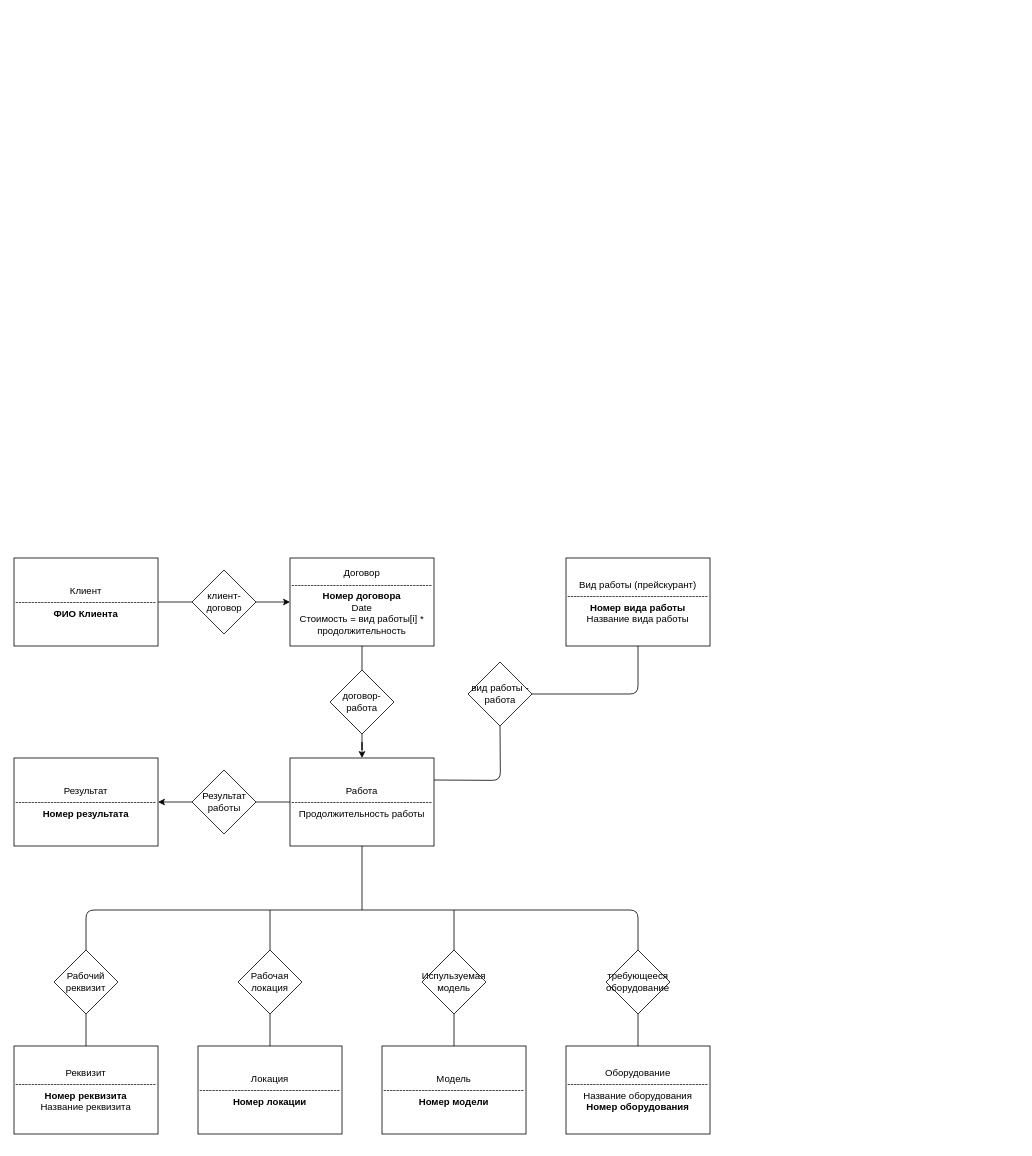
This is Photographer.drawio from ectuser/Photographer-Database, a draw.io file, before an edit. Source tidied: cells renumbered, new cells numbered last; positions are measured from the earlier drawing's top-left corner, leaving out a move shared by most shapes. Both pictures are drawn from the tidied source at 80%, with x=0, y=0 at pixel (14, 558).
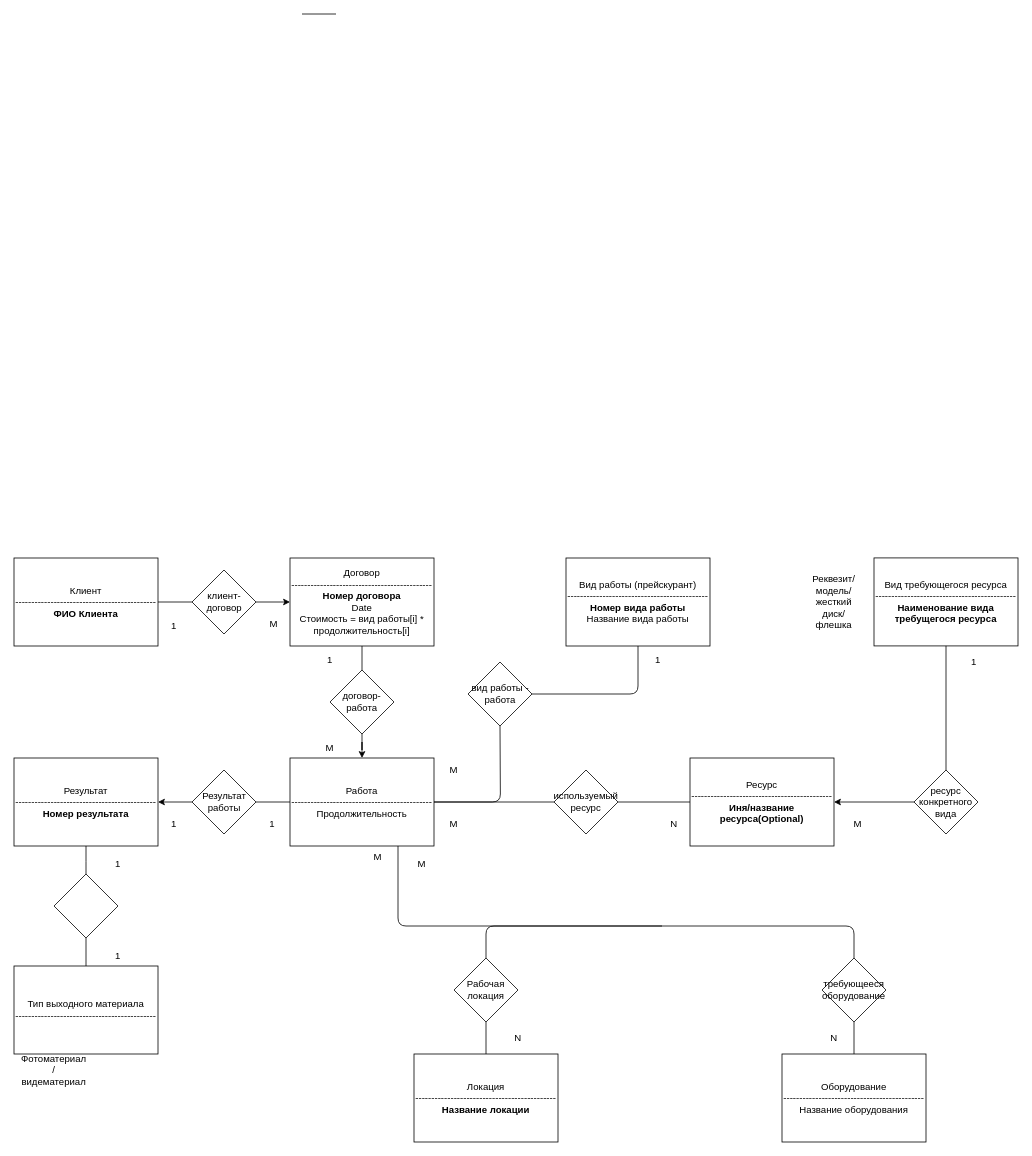
The same diagram, later.

The change refers to these unchanged cells:
```xml
<mxCell id="2" value="Клиент&lt;br&gt;--------------------------------------------&lt;br&gt;&lt;b&gt;ФИО Клиента&lt;/b&gt;" style="rounded=0;whiteSpace=wrap;html=1;" parent="1" vertex="1">
  <mxGeometry width="180" height="110" as="geometry" />
</mxCell>
<mxCell id="9" value="клиент-договор" style="rhombus;whiteSpace=wrap;html=1;" parent="1" vertex="1">
  <mxGeometry x="222.5" y="15" width="80" height="80" as="geometry" />
</mxCell>
<mxCell id="12" value="вид работы - работа" style="rhombus;whiteSpace=wrap;html=1;" parent="1" vertex="1">
  <mxGeometry x="567.5" y="130" width="80" height="80" as="geometry" />
</mxCell>
<mxCell id="31" value="Результат&lt;br&gt;--------------------------------------------&lt;br&gt;&lt;b&gt;Номер результата&lt;/b&gt;" style="rounded=0;whiteSpace=wrap;html=1;" parent="1" vertex="1">
  <mxGeometry y="250" width="180" height="110" as="geometry" />
</mxCell>
```

The edit, as a diff of the source:
```diff
@@
-    <mxCell id="3" value="Модель&lt;br&gt;--------------------------------------------&lt;br&gt;&lt;b&gt;Номер модели&lt;/b&gt;" style="rounded=0;whiteSpace=wrap;html=1;" parent="1" vertex="1">
-      <mxGeometry x="460" y="610" width="180" height="110" as="geometry" />
-    </mxCell>
-    <mxCell id="4" value="Локация&lt;br&gt;--------------------------------------------&lt;br&gt;&lt;b&gt;Номер локации&lt;/b&gt;" style="rounded=0;whiteSpace=wrap;html=1;" parent="1" vertex="1">
-      <mxGeometry x="230" y="610" width="180" height="110" as="geometry" />
+    <mxCell id="4" value="Локация&lt;br&gt;--------------------------------------------&lt;br&gt;&lt;b&gt;Название локации&lt;/b&gt;" style="rounded=0;whiteSpace=wrap;html=1;" parent="1" vertex="1">
+      <mxGeometry x="500" y="620" width="180" height="110" as="geometry" />
     </mxCell>
-    <mxCell id="5" value="Реквизит&lt;br&gt;--------------------------------------------&lt;br&gt;&lt;b&gt;Номер реквизита&lt;/b&gt;&lt;br&gt;Название реквизита" style="rounded=0;whiteSpace=wrap;html=1;" parent="1" vertex="1">
-      <mxGeometry y="610" width="180" height="110" as="geometry" />
-    </mxCell>
@@
-    <mxCell id="7" value="Договор&lt;br&gt;--------------------------------------------&lt;br&gt;&lt;b&gt;Номер договора&lt;br&gt;&lt;/b&gt;Date&lt;br&gt;Стоимость = вид работы[i] * продолжительность" style="rounded=0;whiteSpace=wrap;html=1;" parent="1" vertex="1">
+    <mxCell id="7" value="Договор&lt;br&gt;--------------------------------------------&lt;br&gt;&lt;b&gt;Номер договора&lt;br&gt;&lt;/b&gt;Date&lt;br&gt;Стоимость = вид работы[i] * продолжительность[i]" style="rounded=0;whiteSpace=wrap;html=1;" parent="1" vertex="1">
       <mxGeometry x="345" width="180" height="110" as="geometry" />
     </mxCell>
@@
-    <mxCell id="10" style="endArrow=none;html=1;exitX=0;exitY=0.5;exitDx=0;exitDy=0;entryX=1;entryY=0.5;entryDx=0;entryDy=0;" parent="1" edge="1" source="9" target="2">
-      <mxGeometry relative="1" as="geometry" />
+    <mxCell id="10" style="endArrow=none;html=1;exitX=0;exitY=0.5;exitDx=0;exitDy=0;entryX=1;entryY=0.5;entryDx=0;entryDy=0;" parent="1" edge="1">
+      <mxGeometry relative="1" as="geometry">
+        <mxPoint x="402.5" y="-680" as="sourcePoint" />
+        <mxPoint x="360" y="-680" as="targetPoint" />
+      </mxGeometry>
     </mxCell>
-    <mxCell id="11" value="Работа&lt;br&gt;--------------------------------------------&lt;br&gt;Продолжительность работы" style="rounded=0;whiteSpace=wrap;html=1;" parent="1" vertex="1">
+    <mxCell id="11" value="Работа&lt;br&gt;--------------------------------------------&lt;br&gt;Продолжительность" style="rounded=0;whiteSpace=wrap;html=1;" parent="1" vertex="1">
       <mxGeometry x="345" y="250" width="180" height="110" as="geometry" />
     </mxCell>
@@
-    <mxCell id="13" style="endArrow=none;html=1;entryX=0.5;entryY=1;entryDx=0;entryDy=0;exitX=1;exitY=0.25;exitDx=0;exitDy=0;" parent="1" edge="1" source="11" target="12">
+    <mxCell id="13" style="endArrow=none;html=1;entryX=0.5;entryY=1;entryDx=0;entryDy=0;exitX=1;exitY=0.5;exitDx=0;exitDy=0;" parent="1" edge="1" source="11" target="12">
       <mxGeometry relative="1" as="geometry">
         <Array as="points">
-          <mxPoint x="608" y="278" />
+          <mxPoint x="608" y="305" />
         </Array>
       </mxGeometry>
     </mxCell>
@@
     <mxCell id="18" value="Рабочая локация" style="rhombus;whiteSpace=wrap;html=1;" parent="1" vertex="1">
-      <mxGeometry x="280" y="490" width="80" height="80" as="geometry" />
+      <mxGeometry x="550" y="500" width="80" height="80" as="geometry" />
     </mxCell>
-    <mxCell id="19" value="Рабочий реквизит" style="rhombus;whiteSpace=wrap;html=1;" parent="1" vertex="1">
-      <mxGeometry x="50" y="490" width="80" height="80" as="geometry" />
-    </mxCell>
-    <mxCell id="20" value="Испульзуемая модель" style="rhombus;whiteSpace=wrap;html=1;" parent="1" vertex="1">
-      <mxGeometry x="510" y="490" width="80" height="80" as="geometry" />
-    </mxCell>
-    <mxCell id="21" style="endArrow=none;html=1;exitX=0.5;exitY=1;exitDx=0;exitDy=0;entryX=0.5;entryY=0;entryDx=0;entryDy=0;" parent="1" edge="1" source="19" target="5">
-      <mxGeometry relative="1" as="geometry" />
-    </mxCell>
-    <mxCell id="22" style="endArrow=none;html=1;exitX=0.5;exitY=1;exitDx=0;exitDy=0;entryX=0.5;entryY=0;entryDx=0;entryDy=0;" parent="1" edge="1" source="20" target="3">
-      <mxGeometry relative="1" as="geometry" />
-    </mxCell>
@@
-    <mxCell id="24" value="Оборудование&lt;br&gt;--------------------------------------------&lt;br&gt;Название оборудования&lt;br&gt;&lt;b&gt;Номер оборудования&lt;/b&gt;" style="rounded=0;whiteSpace=wrap;html=1;" parent="1" vertex="1">
-      <mxGeometry x="690" y="610" width="180" height="110" as="geometry" />
+    <mxCell id="24" value="Оборудование&lt;br&gt;--------------------------------------------&lt;br&gt;Название оборудования" style="rounded=0;whiteSpace=wrap;html=1;" parent="1" vertex="1">
+      <mxGeometry x="960" y="620" width="180" height="110" as="geometry" />
     </mxCell>
     <mxCell id="25" value="требующееся оборудование" style="rhombus;whiteSpace=wrap;html=1;" parent="1" vertex="1">
-      <mxGeometry x="740" y="490" width="80" height="80" as="geometry" />
+      <mxGeometry x="1010" y="500" width="80" height="80" as="geometry" />
     </mxCell>
@@
-    <mxCell id="27" style="endArrow=none;html=1;entryX=0.5;entryY=1;entryDx=0;entryDy=0;" parent="1" edge="1" target="11">
-      <mxGeometry relative="1" as="geometry">
-        <mxPoint x="435" y="440" as="sourcePoint" />
-      </mxGeometry>
-    </mxCell>
-    <mxCell id="28" style="endArrow=none;html=1;exitX=0.5;exitY=0;exitDx=0;exitDy=0;" parent="1" edge="1" source="25">
-      <mxGeometry relative="1" as="geometry">
-        <mxPoint x="90" y="490" as="targetPoint" />
-        <Array as="points">
-          <mxPoint x="780" y="440" />
-          <mxPoint x="430" y="440" />
-          <mxPoint x="90" y="440" />
-        </Array>
-      </mxGeometry>
-    </mxCell>
-    <mxCell id="29" style="endArrow=none;html=1;entryX=0.5;entryY=0;entryDx=0;entryDy=0;" parent="1" edge="1" target="18">
-      <mxGeometry relative="1" as="geometry">
-        <mxPoint x="320" y="440" as="sourcePoint" />
-      </mxGeometry>
-    </mxCell>
-    <mxCell id="30" style="endArrow=none;html=1;entryX=0.5;entryY=0;entryDx=0;entryDy=0;" parent="1" edge="1" target="20">
-      <mxGeometry relative="1" as="geometry">
-        <mxPoint x="550" y="440" as="sourcePoint" />
-      </mxGeometry>
-    </mxCell>
@@
+    <mxCell id="35" value="Вид требующегося ресурса&lt;br&gt;--------------------------------------------&lt;br&gt;&lt;b&gt;Наименование вида требущегося ресурса&lt;/b&gt;" style="rounded=0;whiteSpace=wrap;html=1;" parent="1" vertex="1">
+      <mxGeometry x="1075" y="-0.1" width="180" height="110" as="geometry" />
+    </mxCell>
+    <mxCell id="36" value="Ресурс&lt;br&gt;--------------------------------------------&lt;br&gt;&lt;b&gt;Иня/название ресурса(Optional)&lt;/b&gt;" style="rounded=0;whiteSpace=wrap;html=1;" parent="1" vertex="1">
+      <mxGeometry x="845" y="250" width="180" height="110" as="geometry" />
+    </mxCell>
+    <mxCell id="37" style="edgeStyle=orthogonalEdgeStyle;rounded=0;jettySize=auto;html=1;" parent="1" edge="1" source="38" target="36">
+      <mxGeometry relative="1" as="geometry" />
+    </mxCell>
+    <mxCell id="38" value="ресурс конкретного вида" style="rhombus;whiteSpace=wrap;html=1;" parent="1" vertex="1">
+      <mxGeometry x="1125" y="265" width="80" height="80" as="geometry" />
+    </mxCell>
+    <mxCell id="39" style="endArrow=none;html=1;exitX=0.5;exitY=0;exitDx=0;exitDy=0;entryX=0.5;entryY=1;entryDx=0;entryDy=0;" parent="1" edge="1" source="38" target="35">
+      <mxGeometry relative="1" as="geometry" />
+    </mxCell>
+    <mxCell id="40" value="используемый ресурс" style="rhombus;whiteSpace=wrap;html=1;" parent="1" vertex="1">
+      <mxGeometry x="675" y="265" width="80" height="80" as="geometry" />
+    </mxCell>
+    <mxCell id="41" style="endArrow=none;html=1;exitX=0;exitY=0.5;exitDx=0;exitDy=0;entryX=1;entryY=0.5;entryDx=0;entryDy=0;" parent="1" edge="1" source="36" target="40">
+      <mxGeometry relative="1" as="geometry" />
+    </mxCell>
+    <mxCell id="42" style="endArrow=none;html=1;exitX=0;exitY=0.5;exitDx=0;exitDy=0;entryX=1;entryY=0.5;entryDx=0;entryDy=0;" parent="1" edge="1" source="40" target="11">
+      <mxGeometry relative="1" as="geometry" />
+    </mxCell>
+    <mxCell id="43" value="Тип выходного материала&lt;br&gt;--------------------------------------------" style="rounded=0;whiteSpace=wrap;html=1;" parent="1" vertex="1">
+      <mxGeometry y="510" width="180" height="110" as="geometry" />
+    </mxCell>
+    <mxCell id="44" style="rhombus;whiteSpace=wrap;html=1;" parent="1" vertex="1">
+      <mxGeometry x="50" y="395" width="80" height="80" as="geometry" />
+    </mxCell>
+    <mxCell id="45" style="endArrow=none;html=1;exitX=0.5;exitY=0;exitDx=0;exitDy=0;entryX=0.5;entryY=1;entryDx=0;entryDy=0;" parent="1" edge="1" source="44" target="31">
+      <mxGeometry relative="1" as="geometry">
+        <Array as="points">
+          <mxPoint x="90" y="380" />
+        </Array>
+      </mxGeometry>
+    </mxCell>
+    <mxCell id="46" style="endArrow=none;html=1;exitX=0.5;exitY=0;exitDx=0;exitDy=0;entryX=0.5;entryY=1;entryDx=0;entryDy=0;" parent="1" edge="1" source="43" target="44">
+      <mxGeometry relative="1" as="geometry" />
+    </mxCell>
+    <mxCell id="47" value="Фотоматериал / видематериал" style="text;html=1;strokeColor=none;fillColor=none;align=center;verticalAlign=middle;whiteSpace=wrap;rounded=0;" parent="1" vertex="1">
+      <mxGeometry x="30" y="630" width="40" height="20" as="geometry" />
+    </mxCell>
+    <mxCell id="48" value="Реквезит/модель/жесткий диск/флешка" style="text;html=1;strokeColor=none;fillColor=none;align=center;verticalAlign=middle;whiteSpace=wrap;rounded=0;" parent="1" vertex="1">
+      <mxGeometry x="1005" y="45" width="40" height="20" as="geometry" />
+    </mxCell>
+    <mxCell id="49" style="endArrow=none;html=1;exitX=0.5;exitY=0;exitDx=0;exitDy=0;entryX=0.5;entryY=0;entryDx=0;entryDy=0;" parent="1" edge="1" source="25" target="18">
+      <mxGeometry relative="1" as="geometry">
+        <Array as="points">
+          <mxPoint x="1050" y="460" />
+          <mxPoint x="825" y="460" />
+          <mxPoint x="590" y="460" />
+        </Array>
+      </mxGeometry>
+    </mxCell>
+    <mxCell id="50" style="endArrow=none;html=1;entryX=0.75;entryY=1;entryDx=0;entryDy=0;" parent="1" edge="1" target="11">
+      <mxGeometry relative="1" as="geometry">
+        <mxPoint x="810" y="460" as="sourcePoint" />
+        <Array as="points">
+          <mxPoint x="480" y="460" />
+        </Array>
+      </mxGeometry>
+    </mxCell>
+    <mxCell id="51" value="1" style="text;html=1;strokeColor=none;fillColor=none;align=center;verticalAlign=middle;whiteSpace=wrap;rounded=0;" parent="1" vertex="1">
+      <mxGeometry x="180" y="75" width="40" height="20" as="geometry" />
+    </mxCell>
+    <mxCell id="52" style="endArrow=none;html=1;exitX=0;exitY=0.5;exitDx=0;exitDy=0;entryX=1;entryY=0.5;entryDx=0;entryDy=0;" parent="1" edge="1" source="9" target="2">
+      <mxGeometry relative="1" as="geometry" />
+    </mxCell>
+    <mxCell id="53" value="M" style="text;html=1;strokeColor=none;fillColor=none;align=center;verticalAlign=middle;whiteSpace=wrap;rounded=0;" parent="1" vertex="1">
+      <mxGeometry x="305" y="70" width="40" height="25" as="geometry" />
+    </mxCell>
+    <mxCell id="54" value="M" style="text;html=1;strokeColor=none;fillColor=none;align=center;verticalAlign=middle;whiteSpace=wrap;rounded=0;" parent="1" vertex="1">
+      <mxGeometry x="375" y="225" width="40" height="25" as="geometry" />
+    </mxCell>
+    <mxCell id="55" value="1" style="text;html=1;strokeColor=none;fillColor=none;align=center;verticalAlign=middle;whiteSpace=wrap;rounded=0;" parent="1" vertex="1">
+      <mxGeometry x="375" y="115" width="40" height="25" as="geometry" />
+    </mxCell>
+    <mxCell id="56" value="1" style="text;html=1;strokeColor=none;fillColor=none;align=center;verticalAlign=middle;whiteSpace=wrap;rounded=0;" parent="1" vertex="1">
+      <mxGeometry x="180" y="320" width="40" height="25" as="geometry" />
+    </mxCell>
+    <mxCell id="57" value="1" style="text;html=1;strokeColor=none;fillColor=none;align=center;verticalAlign=middle;whiteSpace=wrap;rounded=0;" parent="1" vertex="1">
+      <mxGeometry x="302.5" y="320" width="40" height="25" as="geometry" />
+    </mxCell>
+    <mxCell id="58" value="1" style="text;html=1;strokeColor=none;fillColor=none;align=center;verticalAlign=middle;whiteSpace=wrap;rounded=0;" parent="1" vertex="1">
+      <mxGeometry x="110" y="370" width="40" height="25" as="geometry" />
+    </mxCell>
+    <mxCell id="59" value="1" style="text;html=1;strokeColor=none;fillColor=none;align=center;verticalAlign=middle;whiteSpace=wrap;rounded=0;" parent="1" vertex="1">
+      <mxGeometry x="110" y="485" width="40" height="25" as="geometry" />
+    </mxCell>
+    <mxCell id="60" value="M" style="text;html=1;strokeColor=none;fillColor=none;align=center;verticalAlign=middle;whiteSpace=wrap;rounded=0;" parent="1" vertex="1">
+      <mxGeometry x="435" y="361.5" width="40" height="25" as="geometry" />
+    </mxCell>
+    <mxCell id="61" value="M" style="text;html=1;strokeColor=none;fillColor=none;align=center;verticalAlign=middle;whiteSpace=wrap;rounded=0;" parent="1" vertex="1">
+      <mxGeometry x="530" y="320" width="40" height="25" as="geometry" />
+    </mxCell>
+    <mxCell id="62" value="M" style="text;html=1;strokeColor=none;fillColor=none;align=center;verticalAlign=middle;whiteSpace=wrap;rounded=0;" parent="1" vertex="1">
+      <mxGeometry x="530" y="252.5" width="40" height="25" as="geometry" />
+    </mxCell>
+    <mxCell id="63" value="N" style="text;html=1;strokeColor=none;fillColor=none;align=center;verticalAlign=middle;whiteSpace=wrap;rounded=0;" parent="1" vertex="1">
+      <mxGeometry x="610" y="587.5" width="40" height="25" as="geometry" />
+    </mxCell>
+    <mxCell id="64" value="N" style="text;html=1;strokeColor=none;fillColor=none;align=center;verticalAlign=middle;whiteSpace=wrap;rounded=0;" parent="1" vertex="1">
+      <mxGeometry x="1005" y="587.5" width="40" height="25" as="geometry" />
+    </mxCell>
+    <mxCell id="65" value="M" style="text;html=1;strokeColor=none;fillColor=none;align=center;verticalAlign=middle;whiteSpace=wrap;rounded=0;" parent="1" vertex="1">
+      <mxGeometry x="490" y="370" width="40" height="25" as="geometry" />
+    </mxCell>
+    <mxCell id="66" value="M" style="text;html=1;strokeColor=none;fillColor=none;align=center;verticalAlign=middle;whiteSpace=wrap;rounded=0;" parent="1" vertex="1">
+      <mxGeometry x="1035" y="320" width="40" height="25" as="geometry" />
+    </mxCell>
+    <mxCell id="67" value="1" style="text;html=1;strokeColor=none;fillColor=none;align=center;verticalAlign=middle;whiteSpace=wrap;rounded=0;" parent="1" vertex="1">
+      <mxGeometry x="1180" y="117.5" width="40" height="25" as="geometry" />
+    </mxCell>
+    <mxCell id="68" value="N" style="text;html=1;strokeColor=none;fillColor=none;align=center;verticalAlign=middle;whiteSpace=wrap;rounded=0;" parent="1" vertex="1">
+      <mxGeometry x="805" y="320" width="40" height="25" as="geometry" />
+    </mxCell>
+    <mxCell id="69" value="1" style="text;html=1;strokeColor=none;fillColor=none;align=center;verticalAlign=middle;whiteSpace=wrap;rounded=0;" parent="1" vertex="1">
+      <mxGeometry x="785" y="115" width="40" height="25" as="geometry" />
+    </mxCell>
```
